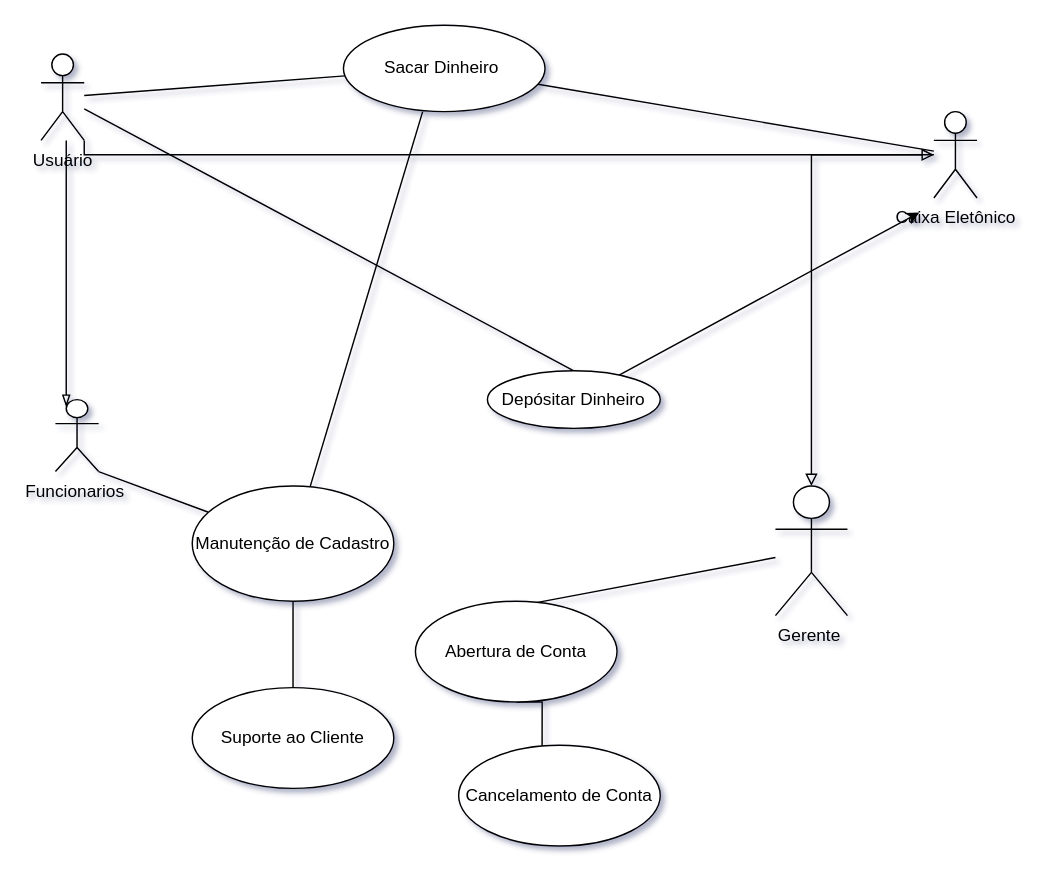
Above: exercio1.drawio in ohdiegu/exerciosCasoDeUso- (draw.io), before the change. Source tidied: cells renumbered, new cells numbered last; positions are measured from the earlier drawing's top-left corner, leaving out a move shared by most shapes. Both pictures are drawn from the tidied source at 144%, with x=0, y=0 at pixel (40, 24).
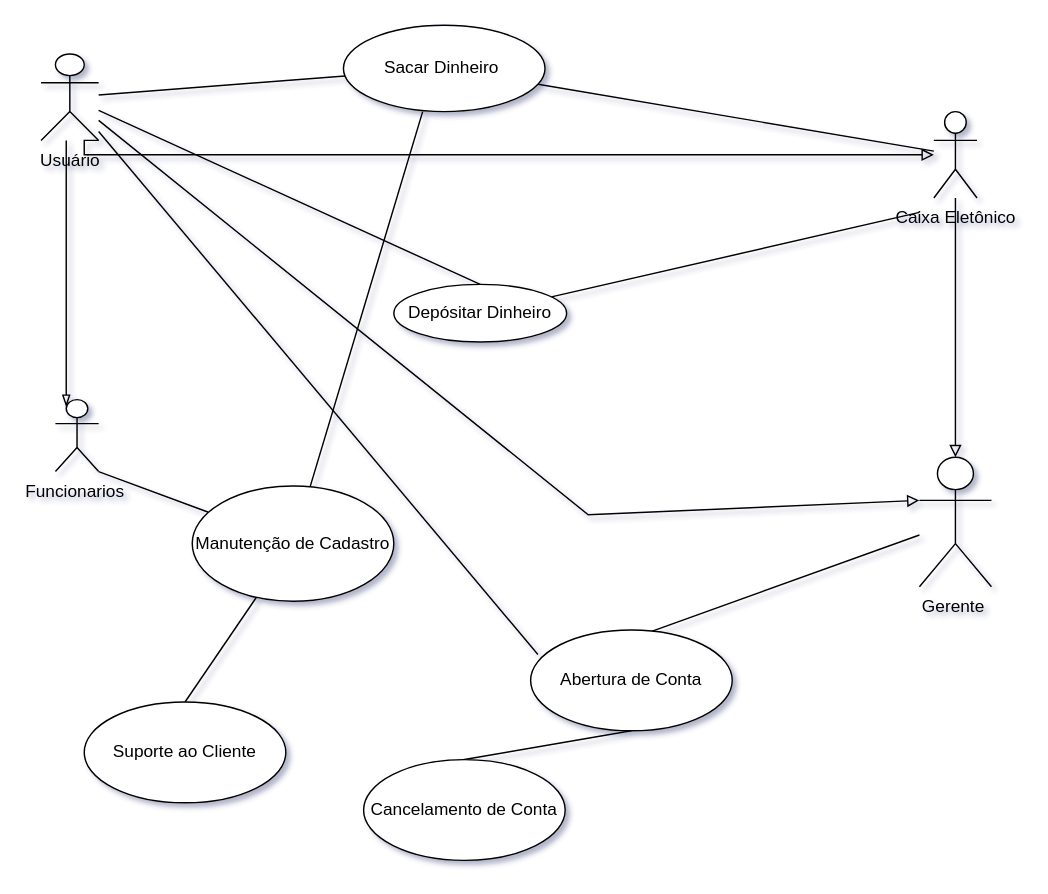
The same page after the edit.

Unchanged cells that the change refers to:
```xml
<mxCell id="22" value="Manutenção de Cadastro" style="ellipse;whiteSpace=wrap;html=1;" parent="1" vertex="1">
  <mxGeometry x="105" y="320" width="140" height="80" as="geometry" />
</mxCell>
```

What changed in the source:
```diff
@@
-    <mxCell id="4" style="rounded=0;jettySize=auto;html=1;" parent="1" edge="1" source="5">
+    <mxCell id="4" style="rounded=0;jettySize=auto;html=1;endArrow=none;endFill=0;" parent="1" edge="1" source="5">
       <mxGeometry relative="1" as="geometry">
         <mxPoint x="610" y="130" as="targetPoint" />
       </mxGeometry>
     </mxCell>
     <mxCell id="5" value="Depósitar Dinheiro&lt;br&gt;" style="ellipse;whiteSpace=wrap;html=1;" parent="1" vertex="1">
-      <mxGeometry x="310" y="240" width="120" height="40" as="geometry" />
+      <mxGeometry x="245" y="180" width="120" height="40" as="geometry" />
     </mxCell>
@@
     <mxCell id="7" value="Gerente&amp;nbsp;&lt;br&gt;" style="shape=umlActor;html=1;verticalLabelPosition=bottom;verticalAlign=top;align=center;" parent="1" vertex="1">
-      <mxGeometry x="510" y="320" width="50" height="90" as="geometry" />
+      <mxGeometry x="610" y="300" width="50" height="90" as="geometry" />
     </mxCell>
@@
-    <mxCell id="10" style="edgeStyle=orthogonalEdgeStyle;rounded=0;jettySize=auto;html=1;exitX=0.5;exitY=1;exitDx=0;exitDy=0;entryX=0.414;entryY=0.029;entryDx=0;entryDy=0;entryPerimeter=0;endArrow=none;endFill=0;" parent="1" edge="1" source="11" target="19">
+    <mxCell id="10" style="rounded=0;jettySize=auto;html=1;exitX=0.5;exitY=1;exitDx=0;exitDy=0;entryX=0.414;entryY=0.029;entryDx=0;entryDy=0;entryPerimeter=0;endArrow=none;endFill=0;" parent="1" edge="1" source="11" target="19">
       <mxGeometry relative="1" as="geometry" />
     </mxCell>
     <mxCell id="11" value="Abertura de Conta" style="ellipse;whiteSpace=wrap;html=1;" parent="1" vertex="1">
-      <mxGeometry x="260" y="400" width="140" height="70" as="geometry" />
+      <mxGeometry x="340" y="420" width="140" height="70" as="geometry" />
     </mxCell>
@@
+    <mxCell id="24" style="rounded=0;jettySize=auto;html=1;entryX=0.036;entryY=0.243;entryDx=0;entryDy=0;entryPerimeter=0;endArrow=none;endFill=0;" parent="1" edge="1" source="18" target="11">
+      <mxGeometry relative="1" as="geometry" />
+    </mxCell>
+    <mxCell id="25" style="rounded=0;jettySize=auto;html=1;entryX=0;entryY=0.3333333333333333;entryDx=0;entryDy=0;entryPerimeter=0;endArrow=block;endFill=0;" parent="1" edge="1" source="18" target="7">
+      <mxGeometry relative="1" as="geometry">
+        <Array as="points">
+          <mxPoint x="380" y="340" />
+        </Array>
+      </mxGeometry>
+    </mxCell>
     <mxCell id="18" value="Usuário&lt;br&gt;" style="shape=umlActor;html=1;verticalLabelPosition=bottom;verticalAlign=top;align=center;" parent="1" vertex="1">
-      <mxGeometry y="20" width="30" height="60" as="geometry" />
+      <mxGeometry y="20" width="40" height="60" as="geometry" />
     </mxCell>
     <mxCell id="19" value="Cancelamento de Conta" style="ellipse;whiteSpace=wrap;html=1;" parent="1" vertex="1">
-      <mxGeometry x="290" y="500" width="140" height="70" as="geometry" />
+      <mxGeometry x="224" y="510" width="140" height="70" as="geometry" />
     </mxCell>
-    <mxCell id="20" style="edgeStyle=orthogonalEdgeStyle;rounded=0;jettySize=auto;html=1;entryX=0.5;entryY=0;entryDx=0;entryDy=0;endArrow=none;endFill=0;" parent="1" edge="1" source="22" target="23">
+    <mxCell id="20" style="rounded=0;jettySize=auto;html=1;entryX=0.5;entryY=0;entryDx=0;entryDy=0;endArrow=none;endFill=0;" parent="1" edge="1" source="22" target="23">
       <mxGeometry relative="1" as="geometry" />
     </mxCell>
@@
     <mxCell id="23" value="Suporte ao Cliente" style="ellipse;whiteSpace=wrap;html=1;" parent="1" vertex="1">
-      <mxGeometry x="105" y="460" width="140" height="70" as="geometry" />
+      <mxGeometry x="30" y="470" width="140" height="70" as="geometry" />
     </mxCell>
```
